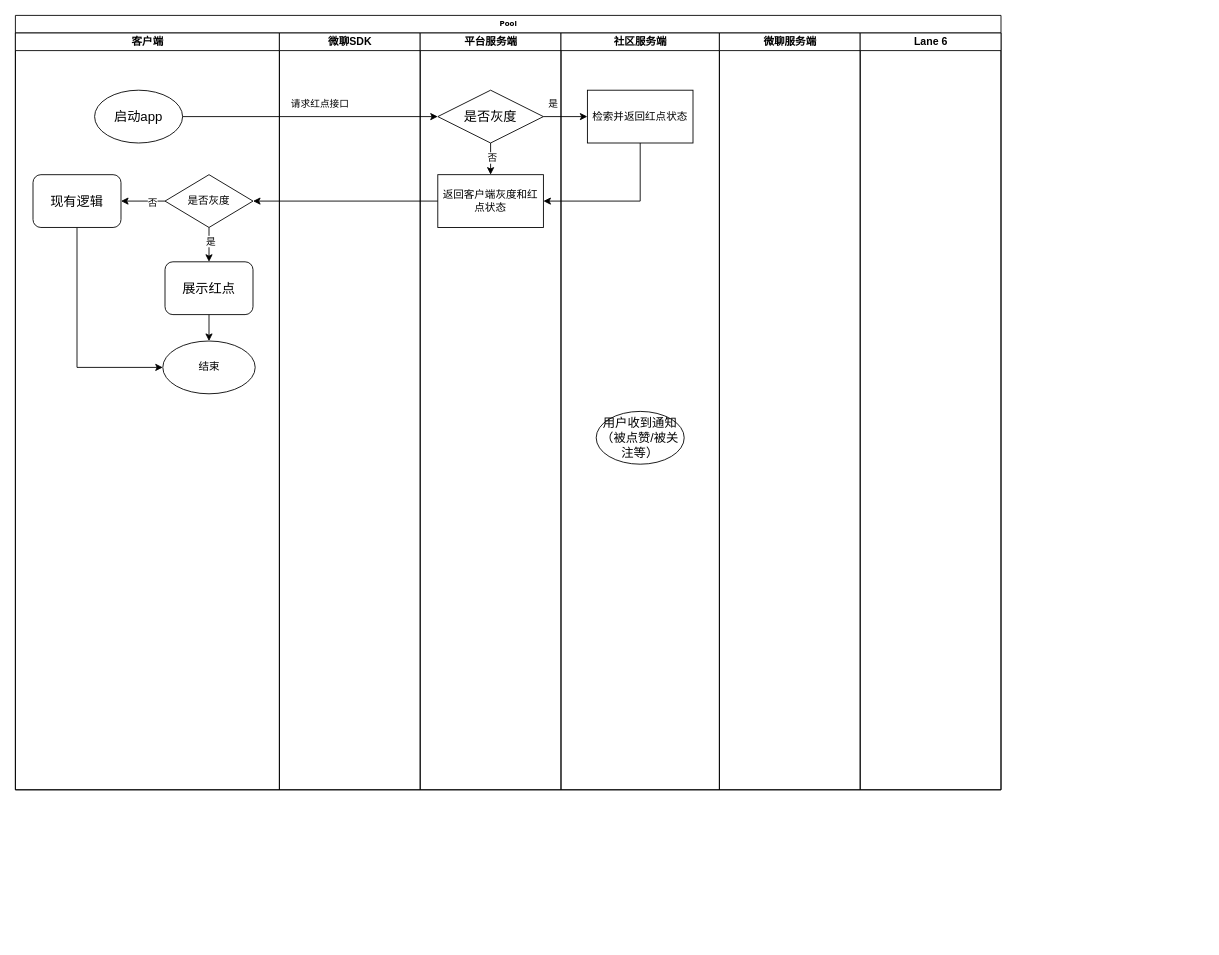
Before: 通知.drawio in 58social/tools, a draw.io diagram. Source tidied: cells renumbered, new cells numbered last; positions are measured from the earlier drawing's top-left corner, leaving out a move shared by most shapes. Both pictures are drawn from the tidied source at 88%, with x=0, y=0 at pixel (15, 15).
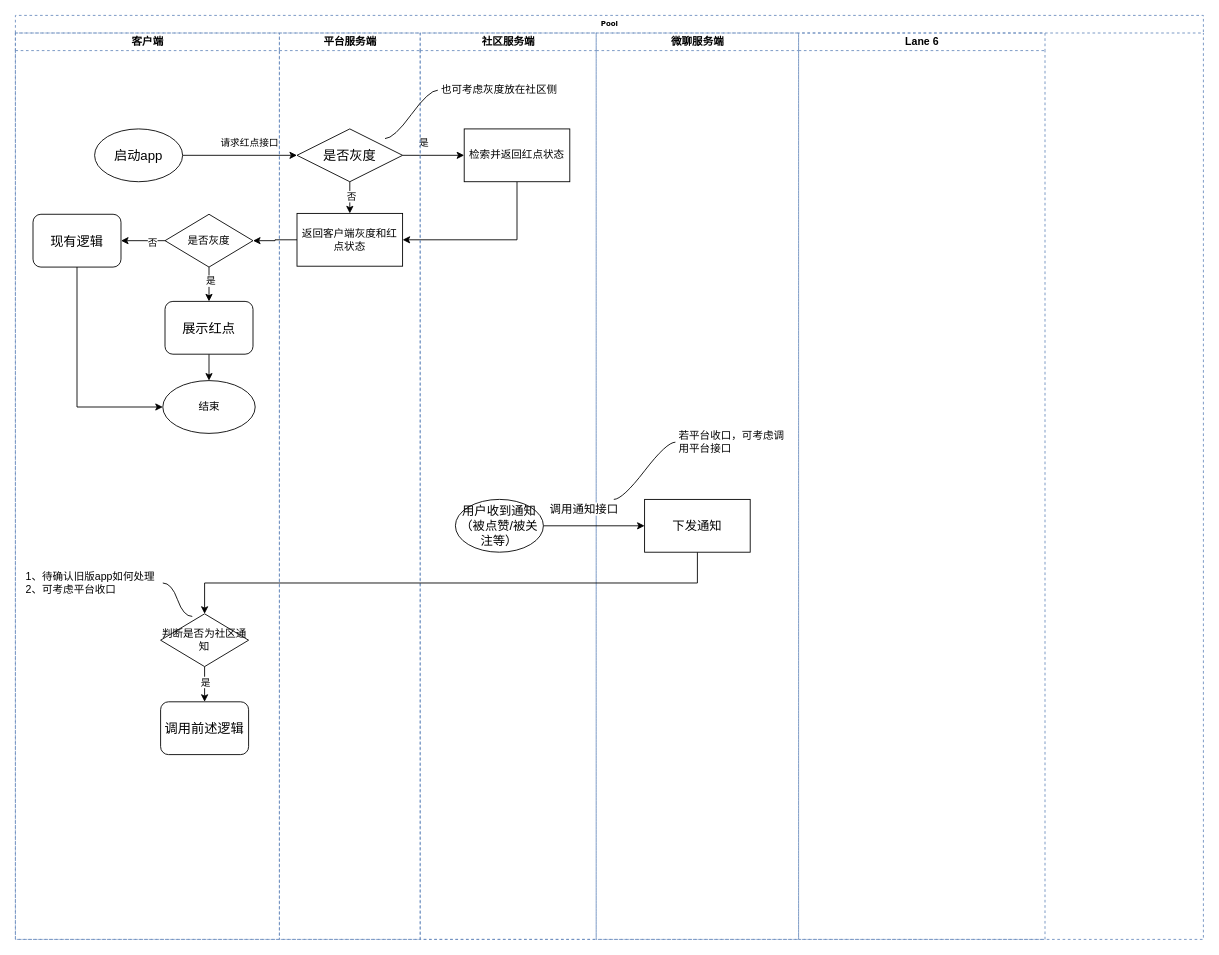
The same page after the edit.

The edit, as a diff of the source:
```diff
@@
-    <mxCell id="2" value="Pool" style="swimlane;html=1;startSize=20;rounded=0;shadow=0;labelBackgroundColor=none;strokeWidth=1;fontFamily=Verdana;fontSize=8;align=center;" parent="1" vertex="1">
-      <mxGeometry width="1120" height="880" as="geometry" />
+    <mxCell id="2" value="Pool" style="swimlane;html=1;startSize=20;rounded=0;shadow=0;labelBackgroundColor=none;strokeWidth=1;fontFamily=Verdana;fontSize=8;align=center;dashed=1;fillColor=none;strokeColor=#6c8ebf;gradientColor=none;" parent="1" vertex="1">
+      <mxGeometry width="1350" height="1050" as="geometry" />
     </mxCell>
+    <mxCell id="21" style="edgeStyle=orthogonalEdgeStyle;rounded=0;jettySize=auto;html=1;exitX=0;exitY=0.5;exitDx=0;exitDy=0;entryX=1;entryY=0.5;entryDx=0;entryDy=0;" parent="2" edge="1" source="20" target="9">
+      <mxGeometry relative="1" as="geometry" />
+    </mxCell>
+    <mxCell id="27" style="edgeStyle=orthogonalEdgeStyle;rounded=0;jettySize=auto;html=1;" parent="2" edge="1" source="4" target="19">
+      <mxGeometry relative="1" as="geometry" />
+    </mxCell>
+    <mxCell id="28" value="请求红点接口" style="edgeLabel;html=1;align=center;verticalAlign=middle;horizontal=1;" parent="27" vertex="1">
+      <mxGeometry relative="1" as="geometry">
+        <mxPoint x="10" y="-15" as="offset" />
+      </mxGeometry>
+    </mxCell>
+    <mxCell id="29" style="edgeStyle=orthogonalEdgeStyle;rounded=0;jettySize=auto;html=1;" parent="2" edge="1" source="19" target="23">
+      <mxGeometry relative="1" as="geometry" />
+    </mxCell>
+    <mxCell id="30" value="是" style="edgeLabel;html=1;align=center;verticalAlign=middle;" parent="29" vertex="1">
+      <mxGeometry x="0.32" y="2" relative="1" as="geometry">
+        <mxPoint x="-23" y="-13" as="offset" />
+      </mxGeometry>
+    </mxCell>
+    <mxCell id="31" style="edgeStyle=orthogonalEdgeStyle;rounded=0;jettySize=auto;html=1;entryX=1;entryY=0.5;entryDx=0;entryDy=0;exitX=0.5;exitY=1;exitDx=0;exitDy=0;" parent="2" edge="1" source="23" target="20">
+      <mxGeometry relative="1" as="geometry" />
+    </mxCell>
-    <mxCell id="3" value="客户端" style="swimlane;html=1;startSize=20;" parent="2" vertex="1">
-      <mxGeometry y="20" width="300" height="860" as="geometry" />
+    <mxCell id="3" value="客户端" style="swimlane;html=1;startSize=20;dashed=1;fillColor=none;strokeColor=#6c8ebf;gradientColor=none;" parent="2" vertex="1">
+      <mxGeometry y="20" width="300" height="1030" as="geometry" />
     </mxCell>
     <mxCell id="4" value="&lt;font style=&quot;font-size: 15px;&quot;&gt;启动app&lt;/font&gt;" style="ellipse;whiteSpace=wrap;html=1;" parent="3" vertex="1">
-      <mxGeometry x="90" y="65" width="100" height="60" as="geometry" />
+      <mxGeometry x="90" y="109" width="100" height="60" as="geometry" />
     </mxCell>
@@
     <mxCell id="9" value="是否灰度" style="rhombus;whiteSpace=wrap;html=1;" parent="3" vertex="1">
-      <mxGeometry x="170" y="161" width="100" height="60" as="geometry" />
+      <mxGeometry x="170" y="206" width="100" height="60" as="geometry" />
     </mxCell>
@@
     <mxCell id="11" value="&lt;span style=&quot;font-size: 15px;&quot;&gt;展示红点&lt;/span&gt;" style="rounded=1;whiteSpace=wrap;html=1;shadow=0;labelBackgroundColor=none;strokeWidth=1;fontFamily=Verdana;fontSize=8;align=center;" parent="3" vertex="1">
-      <mxGeometry x="170" y="260" width="100" height="60" as="geometry" />
+      <mxGeometry x="170" y="305" width="100" height="60" as="geometry" />
     </mxCell>
@@
     <mxCell id="13" value="&lt;span style=&quot;font-size: 15px;&quot;&gt;现有逻辑&lt;/span&gt;" style="rounded=1;whiteSpace=wrap;html=1;shadow=0;labelBackgroundColor=none;strokeWidth=1;fontFamily=Verdana;fontSize=8;align=center;" parent="3" vertex="1">
-      <mxGeometry x="20" y="161" width="100" height="60" as="geometry" />
+      <mxGeometry x="20" y="206" width="100" height="60" as="geometry" />
     </mxCell>
     <mxCell id="14" value="结束" style="ellipse;whiteSpace=wrap;html=1;" parent="3" vertex="1">
-      <mxGeometry x="167.5" y="350" width="105" height="60" as="geometry" />
+      <mxGeometry x="167.5" y="395" width="105" height="60" as="geometry" />
     </mxCell>
-    <mxCell id="15" value="微聊SDK" style="swimlane;html=1;startSize=20;" parent="2" vertex="1">
-      <mxGeometry x="300" y="20" width="160" height="860" as="geometry" />
-    </mxCell>
+    <mxCell id="32" value="1、待确认旧版app如何处理&lt;div&gt;2、可考虑平台收口&lt;/div&gt;" style="whiteSpace=wrap;html=1;rounded=1;arcSize=50;align=left;verticalAlign=middle;strokeWidth=1;spacing=4;newEdgeStyle={&quot;edgeStyle&quot;:&quot;entityRelationEdgeStyle&quot;,&quot;startArrow&quot;:&quot;none&quot;,&quot;endArrow&quot;:&quot;none&quot;,&quot;segment&quot;:10,&quot;curved&quot;:1,&quot;sourcePerimeterSpacing&quot;:0,&quot;targetPerimeterSpacing&quot;:0};strokeColor=none;fillColor=none;" parent="3" vertex="1">
+      <mxGeometry x="7.5" y="600" width="160" height="50" as="geometry" />
+    </mxCell>
-    <mxCell id="16" value="平台服务端" style="swimlane;html=1;startSize=20;" parent="2" vertex="1">
-      <mxGeometry x="460" y="20" width="160" height="860" as="geometry" />
+    <mxCell id="16" value="平台服务端" style="swimlane;html=1;startSize=20;dashed=1;fillColor=none;strokeColor=#6c8ebf;gradientColor=none;" parent="2" vertex="1">
+      <mxGeometry x="300" y="20" width="160" height="1030" as="geometry" />
     </mxCell>
@@
     <mxCell id="19" value="&lt;font style=&quot;font-size: 15px;&quot;&gt;是否灰度&lt;/font&gt;" style="rhombus;whiteSpace=wrap;html=1;" parent="16" vertex="1">
-      <mxGeometry x="20" y="65" width="120" height="60" as="geometry" />
+      <mxGeometry x="20" y="109" width="120" height="60" as="geometry" />
     </mxCell>
     <mxCell id="20" value="返回客户端灰度和红点状态" style="whiteSpace=wrap;html=1;" parent="16" vertex="1">
-      <mxGeometry x="20" y="161" width="120" height="60" as="geometry" />
+      <mxGeometry x="20" y="205" width="120" height="60" as="geometry" />
     </mxCell>
-    <mxCell id="21" style="edgeStyle=orthogonalEdgeStyle;rounded=0;jettySize=auto;html=1;exitX=0;exitY=0.5;exitDx=0;exitDy=0;entryX=1;entryY=0.5;entryDx=0;entryDy=0;" parent="2" edge="1" source="20" target="9">
-      <mxGeometry relative="1" as="geometry" />
-    </mxCell>
-    <mxCell id="22" value="社区服务端" style="swimlane;html=1;startSize=20;" parent="2" vertex="1">
-      <mxGeometry x="620" y="20" width="180" height="860" as="geometry" />
+    <mxCell id="22" value="社区服务端" style="swimlane;html=1;startSize=20;dashed=1;fillColor=none;strokeColor=#6c8ebf;gradientColor=none;" parent="2" vertex="1">
+      <mxGeometry x="460" y="20" width="200" height="1030" as="geometry" />
     </mxCell>
     <mxCell id="23" value="检索并返回红点状态" style="whiteSpace=wrap;html=1;" parent="22" vertex="1">
-      <mxGeometry x="30" y="65" width="120" height="60" as="geometry" />
+      <mxGeometry x="50" y="109" width="120" height="60" as="geometry" />
     </mxCell>
+    <mxCell id="33" value="也可考虑灰度放在社区侧" style="whiteSpace=wrap;html=1;rounded=1;arcSize=50;align=left;verticalAlign=middle;strokeWidth=1;spacing=4;newEdgeStyle={&quot;edgeStyle&quot;:&quot;entityRelationEdgeStyle&quot;,&quot;startArrow&quot;:&quot;none&quot;,&quot;endArrow&quot;:&quot;none&quot;,&quot;segment&quot;:10,&quot;curved&quot;:1,&quot;sourcePerimeterSpacing&quot;:0,&quot;targetPerimeterSpacing&quot;:0};strokeColor=none;fillColor=none;" parent="22" vertex="1">
+      <mxGeometry x="20" y="50" width="180" height="30" as="geometry" />
+    </mxCell>
+    <mxCell id="34" style="edgeStyle=entityRelationEdgeStyle;startArrow=none;endArrow=none;segment=10;curved=1;sourcePerimeterSpacing=0;targetPerimeterSpacing=0;rounded=0;" parent="22" edge="1" target="33">
+      <mxGeometry relative="1" as="geometry">
+        <mxPoint x="-40" y="120" as="sourcePoint" />
+      </mxGeometry>
+    </mxCell>
+    <mxCell id="25" value="微聊服务端" style="swimlane;html=1;startSize=20;dashed=1;fillColor=none;strokeColor=#6c8ebf;gradientColor=none;" parent="2" vertex="1">
+      <mxGeometry x="660" y="20" width="230" height="1030" as="geometry" />
+    </mxCell>
+    <mxCell id="35" style="edgeStyle=orthogonalEdgeStyle;rounded=0;jettySize=auto;html=1;fontSize=13;" parent="25" edge="1" source="24" target="42">
+      <mxGeometry relative="1" as="geometry" />
+    </mxCell>
+    <mxCell id="36" value="&lt;font style=&quot;font-size: 13px;&quot;&gt;调用通知接口&lt;/font&gt;" style="edgeLabel;html=1;align=center;verticalAlign=middle;" parent="35" vertex="1">
+      <mxGeometry x="-0.23" y="2" relative="1" as="geometry">
+        <mxPoint x="1" y="-18" as="offset" />
+      </mxGeometry>
+    </mxCell>
+    <mxCell id="37" style="edgeStyle=orthogonalEdgeStyle;rounded=0;jettySize=auto;html=1;exitX=0.5;exitY=1;exitDx=0;exitDy=0;" parent="25" edge="1" source="42" target="40">
+      <mxGeometry relative="1" as="geometry" />
+    </mxCell>
+    <mxCell id="38" style="edgeStyle=orthogonalEdgeStyle;rounded=0;jettySize=auto;html=1;exitX=0.5;exitY=1;exitDx=0;exitDy=0;entryX=0.5;entryY=0;entryDx=0;entryDy=0;" parent="25" edge="1" source="40" target="41">
+      <mxGeometry relative="1" as="geometry" />
+    </mxCell>
+    <mxCell id="39" value="是" style="edgeLabel;html=1;align=center;verticalAlign=middle;" parent="38" vertex="1">
+      <mxGeometry x="-0.17" relative="1" as="geometry" />
+    </mxCell>
+    <mxCell id="40" value="判断是否为社区通知" style="rhombus;whiteSpace=wrap;html=1;" parent="25" vertex="1">
+      <mxGeometry x="-495" y="660" width="100" height="60" as="geometry" />
+    </mxCell>
+    <mxCell id="41" value="&lt;span style=&quot;font-size: 15px;&quot;&gt;调用前述逻辑&lt;/span&gt;" style="rounded=1;whiteSpace=wrap;html=1;shadow=0;labelBackgroundColor=none;strokeWidth=1;fontFamily=Verdana;fontSize=8;align=center;" parent="25" vertex="1">
+      <mxGeometry x="-495" y="760" width="100" height="60" as="geometry" />
+    </mxCell>
-    <mxCell id="24" value="&lt;font style=&quot;font-size: 14px;&quot;&gt;用户收到通知&lt;/font&gt;&lt;div style=&quot;font-size: 14px;&quot;&gt;&lt;span style=&quot;font-size: 14px;&quot;&gt;（被点赞/被关注等）&lt;/span&gt;&lt;/div&gt;" style="ellipse;whiteSpace=wrap;html=1;fontSize=14;" parent="22" vertex="1">
-      <mxGeometry x="40" y="430" width="100" height="60" as="geometry" />
+    <mxCell id="24" value="&lt;font style=&quot;font-size: 14px;&quot;&gt;用户收到通知&lt;/font&gt;&lt;div style=&quot;font-size: 14px;&quot;&gt;&lt;span style=&quot;font-size: 14px;&quot;&gt;（被点赞/被关注等）&lt;/span&gt;&lt;/div&gt;" style="ellipse;whiteSpace=wrap;html=1;fontSize=14;" parent="25" vertex="1">
+      <mxGeometry x="-160" y="530" width="100" height="60" as="geometry" />
     </mxCell>
-    <mxCell id="25" value="微聊服务端" style="swimlane;html=1;startSize=20;" parent="2" vertex="1">
-      <mxGeometry x="800" y="20" width="160" height="860" as="geometry" />
-    </mxCell>
+    <mxCell id="42" value="下发通知" style="whiteSpace=wrap;html=1;fontSize=14;" parent="25" vertex="1">
+      <mxGeometry x="55" y="530" width="120" height="60" as="geometry" />
+    </mxCell>
+    <mxCell id="43" value="若平台收口，可考虑调用平台接口" style="whiteSpace=wrap;html=1;rounded=1;arcSize=50;align=left;verticalAlign=middle;strokeWidth=1;spacing=4;newEdgeStyle={&quot;edgeStyle&quot;:&quot;entityRelationEdgeStyle&quot;,&quot;startArrow&quot;:&quot;none&quot;,&quot;endArrow&quot;:&quot;none&quot;,&quot;segment&quot;:10,&quot;curved&quot;:1,&quot;sourcePerimeterSpacing&quot;:0,&quot;targetPerimeterSpacing&quot;:0};strokeColor=none;fillColor=none;" parent="25" vertex="1">
+      <mxGeometry x="90" y="440" width="130" height="50" as="geometry" />
+    </mxCell>
+    <mxCell id="44" style="edgeStyle=entityRelationEdgeStyle;startArrow=none;endArrow=none;segment=10;curved=1;sourcePerimeterSpacing=0;targetPerimeterSpacing=0;rounded=0;" parent="25" edge="1" target="43">
+      <mxGeometry relative="1" as="geometry">
+        <mxPoint x="20" y="530" as="sourcePoint" />
+      </mxGeometry>
+    </mxCell>
-    <mxCell id="26" value="Lane 6" style="swimlane;html=1;startSize=20;" parent="2" vertex="1">
-      <mxGeometry x="960" y="20" width="160" height="860" as="geometry" />
+    <mxCell id="26" value="Lane 6" style="swimlane;html=1;startSize=20;dashed=1;fillColor=none;strokeColor=#6c8ebf;gradientColor=none;" parent="2" vertex="1">
+      <mxGeometry x="890" y="20" width="280" height="1030" as="geometry" />
     </mxCell>
-    <mxCell id="27" style="edgeStyle=orthogonalEdgeStyle;rounded=0;jettySize=auto;html=1;" parent="2" edge="1" source="4" target="19">
-      <mxGeometry relative="1" as="geometry" />
-    </mxCell>
-    <mxCell id="28" value="请求红点接口" style="edgeLabel;html=1;align=center;verticalAlign=middle;horizontal=1;" parent="27" vertex="1">
-      <mxGeometry relative="1" as="geometry">
-        <mxPoint x="10" y="-15" as="offset" />
-      </mxGeometry>
-    </mxCell>
-    <mxCell id="29" style="edgeStyle=orthogonalEdgeStyle;rounded=0;jettySize=auto;html=1;" parent="2" edge="1" source="19" target="23">
-      <mxGeometry relative="1" as="geometry" />
-    </mxCell>
-    <mxCell id="30" value="是" style="edgeLabel;html=1;align=center;verticalAlign=middle;" parent="29" vertex="1">
-      <mxGeometry x="0.32" y="2" relative="1" as="geometry">
-        <mxPoint x="-23" y="-13" as="offset" />
-      </mxGeometry>
-    </mxCell>
-    <mxCell id="31" style="edgeStyle=orthogonalEdgeStyle;rounded=0;jettySize=auto;html=1;entryX=1;entryY=0.5;entryDx=0;entryDy=0;exitX=0.5;exitY=1;exitDx=0;exitDy=0;" parent="2" edge="1" source="23" target="20">
-      <mxGeometry relative="1" as="geometry" />
-    </mxCell>
+    <mxCell id="45" style="edgeStyle=entityRelationEdgeStyle;startArrow=none;endArrow=none;segment=10;curved=1;sourcePerimeterSpacing=0;targetPerimeterSpacing=0;rounded=0;exitX=0.36;exitY=0.05;exitDx=0;exitDy=0;exitPerimeter=0;" parent="2" edge="1" source="40" target="32">
+      <mxGeometry relative="1" as="geometry" />
+    </mxCell>
```
